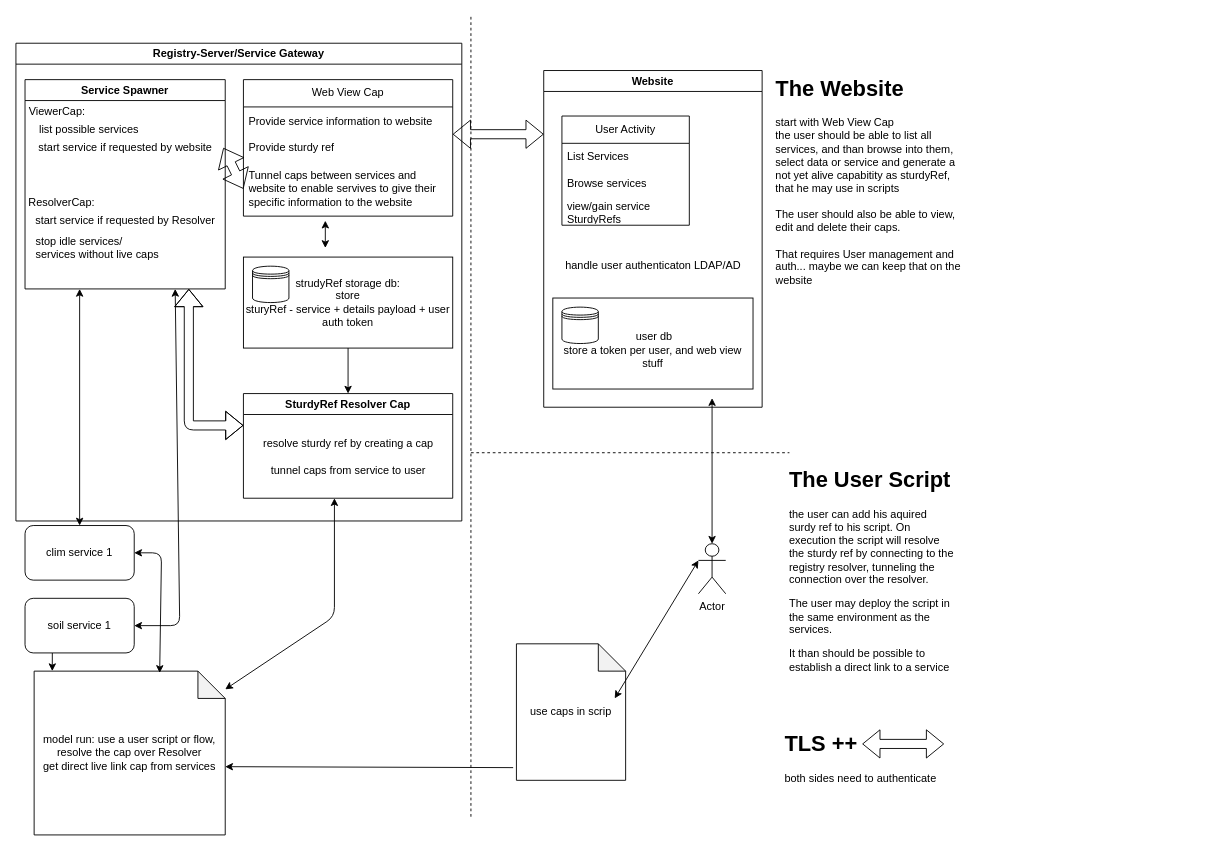
sannyschulz/mas-service-registry keeps this draw.io diagram as concept.drawio. Above is the earlier version. Source tidied: cells renumbered, new cells numbered last; positions are measured from the earlier drawing's top-left corner, leaving out a move shared by most shapes. Both pictures are drawn from the tidied source at 91%, with x=0, y=0 at pixel (15, 15).
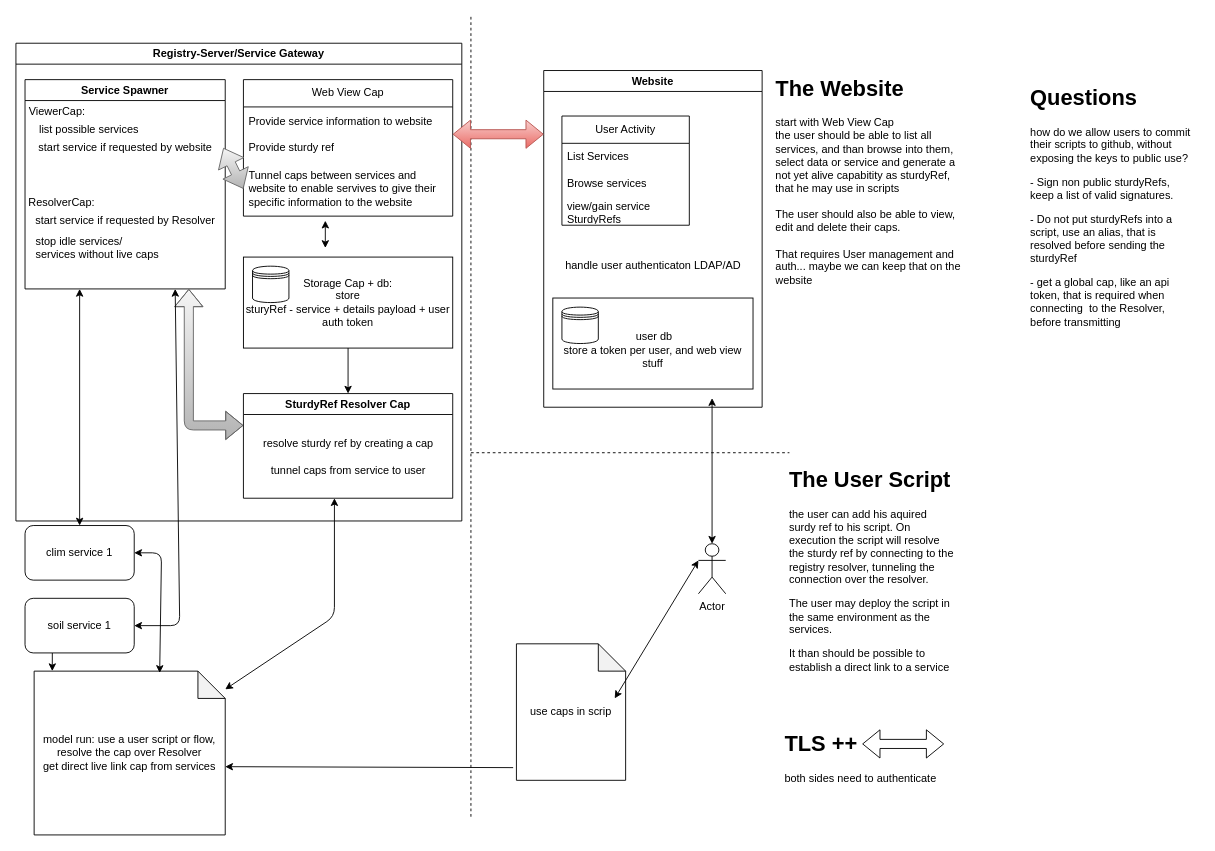
The same diagram, later.

Unchanged cells that the change refers to:
```xml
<mxCell id="10" value="Registry-Server/Service Gateway" style="swimlane;whiteSpace=wrap;html=1;" parent="1" vertex="1">
  <mxGeometry y="30" width="490" height="525" as="geometry" />
</mxCell>
<mxCell id="12" value="Provide service information to website&lt;br&gt;&lt;br&gt;Provide sturdy ref" style="text;strokeColor=none;fillColor=none;align=left;verticalAlign=middle;spacingLeft=4;spacingRight=4;overflow=hidden;points=[[0,0.5],[1,0.5]];portConstraint=eastwest;whiteSpace=wrap;html=1;" parent="11" vertex="1">
  <mxGeometry y="30" width="230" height="60" as="geometry" />
</mxCell>
<mxCell id="13" value="Tunnel caps between services and website to enable servives to give their specific information to the website" style="text;strokeColor=none;fillColor=none;align=left;verticalAlign=middle;spacingLeft=4;spacingRight=4;overflow=hidden;points=[[0,0.5],[1,0.5]];portConstraint=eastwest;whiteSpace=wrap;html=1;" parent="11" vertex="1">
  <mxGeometry y="90" width="230" height="60" as="geometry" />
</mxCell>
<mxCell id="26" value="start service if requested by website" style="text;html=1;align=center;verticalAlign=middle;points=[];strokeColor=none;fillColor=none;" parent="21" vertex="1">
  <mxGeometry x="5" y="60" width="210" height="30" as="geometry" />
</mxCell>
```

Diff of the diagram source:
```diff
@@
-    <mxCell id="15" value="strudyRef storage db:&lt;br&gt;store&lt;br&gt;sturyRef - service + details payload + user auth token" style="rounded=0;whiteSpace=wrap;html=1;" parent="10" vertex="1">
+    <mxCell id="15" value="Storage Cap + db:&lt;br&gt;store&lt;br&gt;sturyRef - service + details payload + user auth token" style="rounded=0;whiteSpace=wrap;html=1;" parent="10" vertex="1">
       <mxGeometry x="250" y="235" width="230" height="100" as="geometry" />
     </mxCell>
@@
-    <mxCell id="28" style="shape=flexArrow;endArrow=classic;startArrow=classic;html=1;exitX=1.014;exitY=0.5;exitDx=0;exitDy=0;exitPerimeter=0;entryX=0;entryY=0.5;entryDx=0;entryDy=0;" parent="10" edge="1" source="26" target="13">
+    <mxCell id="28" style="shape=flexArrow;endArrow=classic;startArrow=classic;html=1;exitX=1.014;exitY=0.5;exitDx=0;exitDy=0;exitPerimeter=0;entryX=0;entryY=0.5;entryDx=0;entryDy=0;fillColor=#f5f5f5;gradientColor=#b3b3b3;strokeColor=#666666;" parent="10" edge="1" source="26" target="13">
       <mxGeometry relative="1" as="geometry" />
     </mxCell>
-    <mxCell id="29" style="shape=flexArrow;endArrow=classic;startArrow=classic;html=1;" parent="10" edge="1">
+    <mxCell id="29" style="shape=flexArrow;endArrow=classic;startArrow=classic;html=1;fillColor=#f5f5f5;gradientColor=#b3b3b3;strokeColor=#666666;" parent="10" edge="1">
       <mxGeometry relative="1" as="geometry">
         <mxPoint x="190" y="270" as="sourcePoint" />
         <mxPoint x="250" y="420" as="targetPoint" />
         <Array as="points">
           <mxPoint x="190" y="420" />
         </Array>
       </mxGeometry>
     </mxCell>
@@
-    <mxCell id="42" style="shape=flexArrow;endArrow=classic;startArrow=classic;html=1;" parent="1" edge="1" source="12">
+    <mxCell id="42" style="shape=flexArrow;endArrow=classic;startArrow=classic;html=1;fillColor=#f8cecc;gradientColor=#ea6b66;strokeColor=#b85450;" parent="1" edge="1" source="12">
       <mxGeometry relative="1" as="geometry">
         <mxPoint x="580" y="130" as="targetPoint" />
       </mxGeometry>
     </mxCell>
@@
+    <mxCell id="50" value="&lt;h1&gt;Questions&lt;/h1&gt;&lt;p&gt;how do we allow users to commit their scripts to github, without exposing the keys to public use?&lt;/p&gt;&lt;p&gt;- Sign non public sturdyRefs, keep a list of valid signatures.&amp;nbsp;&lt;/p&gt;&lt;p&gt;- Do not put sturdyRefs into a script, use an alias, that is resolved before sending the sturdyRef&lt;/p&gt;&lt;p&gt;- get a global cap, like an api token, that is required when connecting&amp;nbsp; to the Resolver, before transmitting&lt;/p&gt;" style="text;html=1;strokeColor=none;fillColor=none;spacing=5;spacingTop=-20;whiteSpace=wrap;overflow=hidden;rounded=0;" parent="1" vertex="1">
+      <mxGeometry x="1110" y="70" width="190" height="350" as="geometry" />
+    </mxCell>
```
